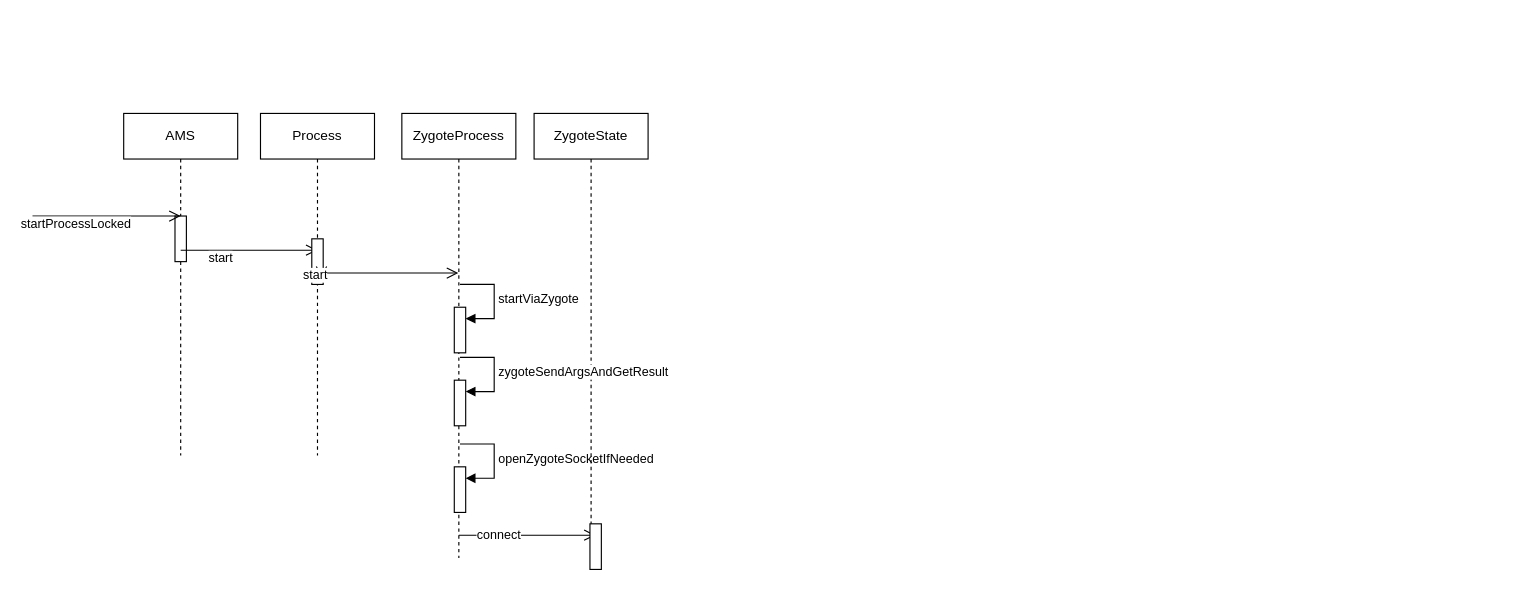
milesleeknight/DemoList keeps this draw.io diagram as page "AMS请求进程" (1 of 8) of WMS.drawio. Above is the earlier version. Source tidied: cells renumbered, new cells numbered last; positions are measured from the earlier drawing's top-left corner, leaving out a move shared by most shapes. Both pictures are drawn from the tidied source at 114%, with x=0, y=0 at pixel (32, 113).
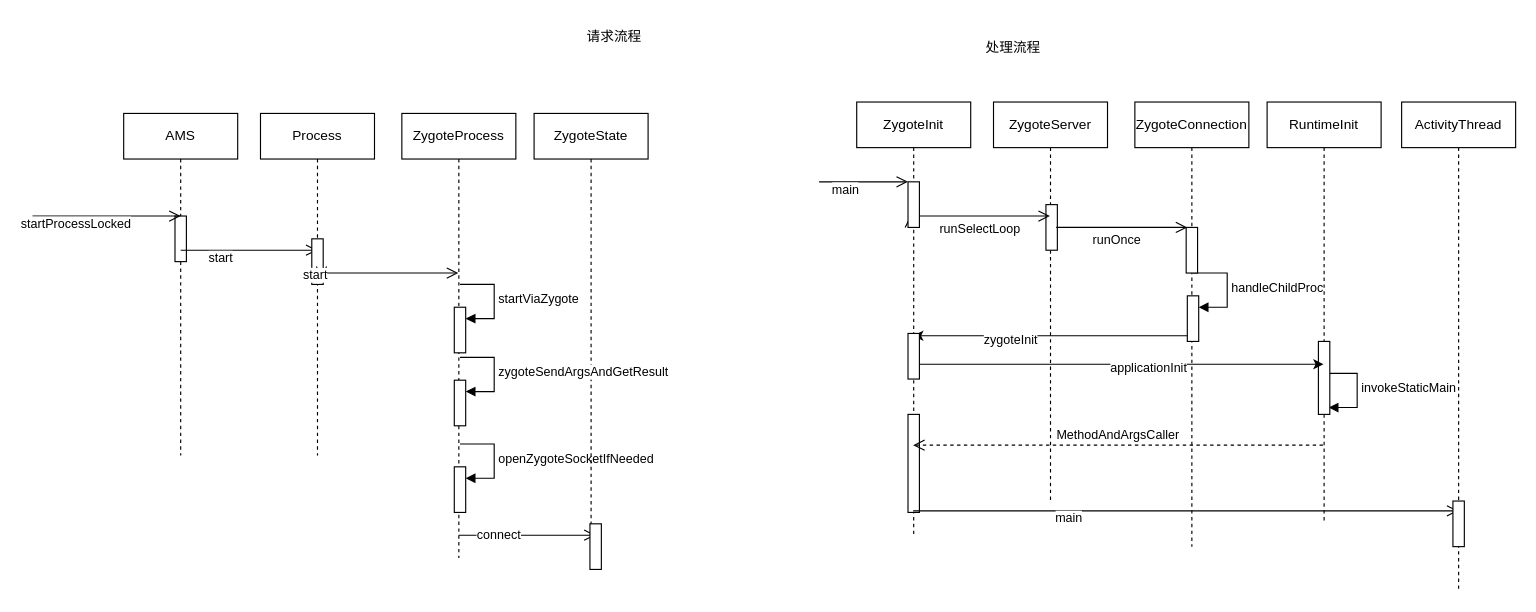
The same page after the edit.

Diff of the diagram source:
```diff
@@
+    <mxCell id="24" value="ZygoteInit" style="shape=umlLifeline;perimeter=lifelinePerimeter;whiteSpace=wrap;html=1;outlineConnect=0;portConstraint=eastwest;newEdgeStyle={&quot;edgeStyle&quot;:&quot;elbowEdgeStyle&quot;,&quot;elbow&quot;:&quot;vertical&quot;,&quot;curved&quot;:0,&quot;rounded&quot;:0};" parent="1" vertex="1">
+      <mxGeometry x="723" y="-10" width="100" height="380" as="geometry" />
+    </mxCell>
+    <mxCell id="25" style="html=1;perimeter=orthogonalPerimeter;targetShapes=umlLifeline;newEdgeStyle={&quot;curved&quot;:0,&quot;rounded&quot;:0};" parent="24" vertex="1">
+      <mxGeometry x="45" y="274" width="10" height="86" as="geometry" />
+    </mxCell>
+    <mxCell id="26" value="ZygoteServer" style="shape=umlLifeline;perimeter=lifelinePerimeter;whiteSpace=wrap;html=1;outlineConnect=0;portConstraint=eastwest;newEdgeStyle={&quot;edgeStyle&quot;:&quot;elbowEdgeStyle&quot;,&quot;elbow&quot;:&quot;vertical&quot;,&quot;curved&quot;:0,&quot;rounded&quot;:0};" parent="1" vertex="1">
+      <mxGeometry x="843" y="-10" width="100" height="350" as="geometry" />
+    </mxCell>
+    <mxCell id="27" style="html=1;perimeter=orthogonalPerimeter;targetShapes=umlLifeline;newEdgeStyle={&quot;curved&quot;:0,&quot;rounded&quot;:0};" parent="26" vertex="1">
+      <mxGeometry x="46" y="90" width="10" height="40" as="geometry" />
+    </mxCell>
+    <mxCell id="28" value="ZygoteConnection" style="shape=umlLifeline;perimeter=lifelinePerimeter;whiteSpace=wrap;html=1;newEdgeStyle={&quot;edgeStyle&quot;:&quot;elbowEdgeStyle&quot;,&quot;elbow&quot;:&quot;vertical&quot;,&quot;curved&quot;:0,&quot;rounded&quot;:0};" parent="1" vertex="1">
+      <mxGeometry x="967" y="-10" width="100" height="390" as="geometry" />
+    </mxCell>
+    <mxCell id="29" value="handleChildProc" style="html=1;align=left;spacingLeft=2;endArrow=block;rounded=0;edgeStyle=orthogonalEdgeStyle;curved=0;rounded=0;" parent="28" edge="1" target="30">
+      <mxGeometry relative="1" as="geometry">
+        <mxPoint x="51" y="150" as="sourcePoint" />
+        <Array as="points">
+          <mxPoint x="81" y="180" />
+        </Array>
+      </mxGeometry>
+    </mxCell>
+    <mxCell id="30" style="html=1;points=[[0,0,0,0,5],[0,1,0,0,-5],[1,0,0,0,5],[1,1,0,0,-5]];perimeter=orthogonalPerimeter;outlineConnect=0;targetShapes=umlLifeline;portConstraint=eastwest;newEdgeStyle={&quot;curved&quot;:0,&quot;rounded&quot;:0};" parent="28" vertex="1">
+      <mxGeometry x="46" y="170" width="10" height="40" as="geometry" />
+    </mxCell>
+    <mxCell id="31" value="RuntimeInit" style="shape=umlLifeline;perimeter=lifelinePerimeter;whiteSpace=wrap;html=1;newEdgeStyle={&quot;edgeStyle&quot;:&quot;elbowEdgeStyle&quot;,&quot;elbow&quot;:&quot;vertical&quot;,&quot;curved&quot;:0,&quot;rounded&quot;:0};" parent="1" vertex="1">
+      <mxGeometry x="1083" y="-10" width="100" height="370" as="geometry" />
+    </mxCell>
+    <mxCell id="32" style="endArrow=open;startArrow=none;endFill=0;startFill=0;endSize=8;html=1;verticalAlign=bottom;labelBackgroundColor=none;strokeWidth=1;rounded=0;" parent="1" edge="1" source="43">
+      <mxGeometry relative="1" as="geometry">
+        <mxPoint x="770" y="90" as="targetPoint" />
+      </mxGeometry>
+    </mxCell>
+    <mxCell id="33" value="invokeStaticMain" style="html=1;align=left;spacingLeft=2;endArrow=block;rounded=0;edgeStyle=orthogonalEdgeStyle;curved=0;rounded=0;" parent="1" edge="1">
+      <mxGeometry relative="1" as="geometry">
+        <mxPoint x="1132" y="228" as="sourcePoint" />
+        <mxPoint x="1137" y="258" as="targetPoint" />
+        <Array as="points">
+          <mxPoint x="1162" y="258" />
+        </Array>
+      </mxGeometry>
+    </mxCell>
+    <mxCell id="34" style="html=1;perimeter=orthogonalPerimeter;targetShapes=umlLifeline;newEdgeStyle={&quot;curved&quot;:0,&quot;rounded&quot;:0};" parent="1" vertex="1">
+      <mxGeometry x="1128" y="200" width="10" height="64" as="geometry" />
+    </mxCell>
+    <mxCell id="35" style="endArrow=open;startArrow=none;endFill=0;startFill=0;endSize=8;html=1;verticalAlign=bottom;labelBackgroundColor=none;strokeWidth=1;rounded=0;entryX=0.498;entryY=0.834;entryDx=0;entryDy=0;entryPerimeter=0;" parent="1" edge="1" source="24" target="39">
+      <mxGeometry relative="1" as="geometry" />
+    </mxCell>
+    <mxCell id="36" value="&lt;div&gt;main&lt;/div&gt;" style="edgeLabel;html=1;align=center;verticalAlign=middle;" parent="35" vertex="1">
+      <mxGeometry x="-0.43" y="-6" relative="1" as="geometry" />
+    </mxCell>
+    <mxCell id="37" value="请求流程" style="text;html=1;align=center;verticalAlign=middle;strokeColor=none;fillColor=none;" parent="1" vertex="1">
+      <mxGeometry x="475" y="-82" width="70" height="30" as="geometry" />
+    </mxCell>
+    <mxCell id="38" value="处理流程" style="text;html=1;align=center;verticalAlign=middle;strokeColor=none;fillColor=none;" parent="1" vertex="1">
+      <mxGeometry x="825" y="-72" width="70" height="30" as="geometry" />
+    </mxCell>
+    <mxCell id="39" value="ActivityThread" style="shape=umlLifeline;perimeter=lifelinePerimeter;whiteSpace=wrap;html=1;outlineConnect=0;portConstraint=eastwest;newEdgeStyle={&quot;edgeStyle&quot;:&quot;elbowEdgeStyle&quot;,&quot;elbow&quot;:&quot;vertical&quot;,&quot;curved&quot;:0,&quot;rounded&quot;:0};" parent="1" vertex="1">
+      <mxGeometry x="1201" y="-10" width="100" height="430" as="geometry" />
+    </mxCell>
+    <mxCell id="40" style="html=1;perimeter=orthogonalPerimeter;targetShapes=umlLifeline;newEdgeStyle={&quot;curved&quot;:0,&quot;rounded&quot;:0};" parent="39" vertex="1">
+      <mxGeometry x="45" y="350" width="10" height="40" as="geometry" />
+    </mxCell>
+    <mxCell id="41" style="endArrow=open;startArrow=none;endFill=0;startFill=0;endSize=8;html=1;verticalAlign=bottom;labelBackgroundColor=none;strokeWidth=1;rounded=0;" parent="1" edge="1">
+      <mxGeometry relative="1" as="geometry">
+        <mxPoint x="690" y="60" as="sourcePoint" />
+        <mxPoint x="768" y="60" as="targetPoint" />
+      </mxGeometry>
+    </mxCell>
+    <mxCell id="42" value="main" style="edgeLabel;html=1;align=center;verticalAlign=middle;" parent="41" vertex="1">
+      <mxGeometry x="-0.43" y="-6" relative="1" as="geometry" />
+    </mxCell>
+    <mxCell id="43" style="html=1;points=[[0,0,0,0,5],[0,1,0,0,-5],[1,0,0,0,5],[1,1,0,0,-5]];perimeter=orthogonalPerimeter;outlineConnect=0;targetShapes=umlLifeline;portConstraint=eastwest;newEdgeStyle={&quot;curved&quot;:0,&quot;rounded&quot;:0};" parent="1" vertex="1">
+      <mxGeometry x="768" y="60" width="10" height="40" as="geometry" />
+    </mxCell>
+    <mxCell id="44" style="endArrow=open;startArrow=none;endFill=0;startFill=0;endSize=8;html=1;verticalAlign=bottom;labelBackgroundColor=none;strokeWidth=1;rounded=0;" parent="1" edge="1" target="26">
+      <mxGeometry relative="1" as="geometry">
+        <mxPoint x="778" y="90" as="sourcePoint" />
+      </mxGeometry>
+    </mxCell>
+    <mxCell id="45" value="runSelectLoop" style="edgeLabel;html=1;align=center;verticalAlign=middle;" parent="44" vertex="1">
+      <mxGeometry x="-0.43" y="-6" relative="1" as="geometry">
+        <mxPoint x="19" y="4" as="offset" />
+      </mxGeometry>
+    </mxCell>
+    <mxCell id="46" style="endArrow=open;startArrow=none;endFill=0;startFill=0;endSize=8;html=1;verticalAlign=bottom;labelBackgroundColor=none;strokeWidth=1;rounded=0;" parent="1" edge="1">
+      <mxGeometry relative="1" as="geometry">
+        <mxPoint x="898" y="100" as="sourcePoint" />
+        <mxPoint x="1013" y="100" as="targetPoint" />
+      </mxGeometry>
+    </mxCell>
+    <mxCell id="47" value="runOnce" style="edgeLabel;html=1;align=center;verticalAlign=middle;" parent="46" vertex="1">
+      <mxGeometry x="-0.43" y="-6" relative="1" as="geometry">
+        <mxPoint x="19" y="4" as="offset" />
+      </mxGeometry>
+    </mxCell>
+    <mxCell id="48" style="html=1;perimeter=orthogonalPerimeter;targetShapes=umlLifeline;newEdgeStyle={&quot;curved&quot;:0,&quot;rounded&quot;:0};" parent="1" vertex="1">
+      <mxGeometry x="1012" y="100" width="10" height="40" as="geometry" />
+    </mxCell>
+    <mxCell id="49" style="endArrow=classic;html=1;rounded=0;exitX=0;exitY=1;exitDx=0;exitDy=-5;exitPerimeter=0;" parent="1" edge="1" source="30" target="24">
+      <mxGeometry relative="1" as="geometry" />
+    </mxCell>
+    <mxCell id="50" value="zygoteInit" style="edgeLabel;html=1;align=center;verticalAlign=middle;" parent="49" vertex="1">
+      <mxGeometry x="0.3" y="3" relative="1" as="geometry" />
+    </mxCell>
+    <mxCell id="51" style="html=1;perimeter=orthogonalPerimeter;targetShapes=umlLifeline;newEdgeStyle={&quot;curved&quot;:0,&quot;rounded&quot;:0};" parent="1" vertex="1">
+      <mxGeometry x="768" y="193" width="10" height="40" as="geometry" />
+    </mxCell>
+    <mxCell id="52" style="endArrow=classic;html=1;rounded=0;exitX=0.55;exitY=0.777;exitDx=0;exitDy=0;exitPerimeter=0;" parent="1" edge="1">
+      <mxGeometry relative="1" as="geometry">
+        <mxPoint x="778" y="220" as="sourcePoint" />
+        <mxPoint x="1132.5" y="220" as="targetPoint" />
+      </mxGeometry>
+    </mxCell>
+    <mxCell id="53" value="applicationInit" style="edgeLabel;html=1;align=center;verticalAlign=middle;" parent="52" vertex="1">
+      <mxGeometry x="0.13" y="-2" relative="1" as="geometry" />
+    </mxCell>
+    <mxCell id="54" value="MethodAndArgsCaller" style="html=1;verticalAlign=bottom;endArrow=open;dashed=1;endSize=8;curved=0;rounded=0;" parent="1" edge="1">
+      <mxGeometry relative="1" as="geometry">
+        <mxPoint x="1132" y="291" as="sourcePoint" />
+        <mxPoint x="772.5" y="291" as="targetPoint" />
+      </mxGeometry>
+    </mxCell>
```
